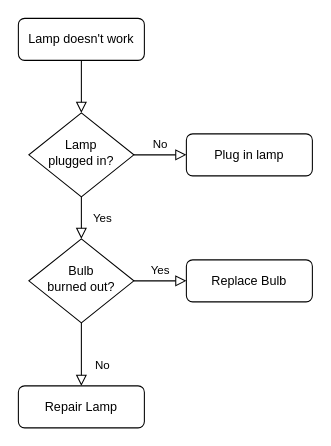
Earlier version of the draw.io diagram Untitled Diagram.drawio (Sunlight77/Second-repository). Source tidied: cells renumbered, new cells numbered last; positions are measured from the earlier drawing's top-left corner, leaving out a move shared by most shapes. Both pictures are drawn from the tidied source at 105%, with x=0, y=0 at pixel (18, 18).
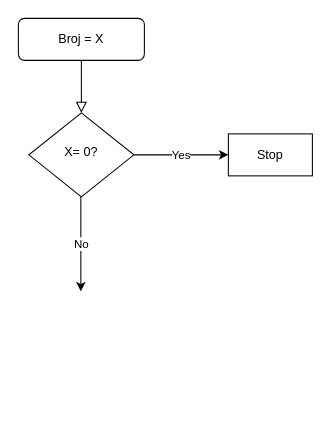
Above is the later version.

The edit, as a diff of the source:
```diff
@@
 <mxGraphModel>
   <root>
     <mxCell id="0" />
     <mxCell id="1" parent="0" />
     <mxCell id="2" style="rounded=0;html=1;jettySize=auto;fontSize=11;endArrow=block;endFill=0;endSize=8;strokeWidth=1;shadow=0;labelBackgroundColor=none;edgeStyle=orthogonalEdgeStyle;" parent="1" edge="1" source="3" target="6">
       <mxGeometry relative="1" as="geometry" />
     </mxCell>
-    <mxCell id="3" value="Lamp doesn't work" style="rounded=1;whiteSpace=wrap;html=1;fontSize=12;glass=0;strokeWidth=1;shadow=0;" parent="1" vertex="1">
+    <mxCell id="3" value="Broj = X" style="rounded=1;whiteSpace=wrap;html=1;fontSize=12;glass=0;strokeWidth=1;shadow=0;" parent="1" vertex="1">
       <mxGeometry width="120" height="40" as="geometry" />
     </mxCell>
-    <mxCell id="4" value="Yes" style="rounded=0;html=1;jettySize=auto;fontSize=11;endArrow=block;endFill=0;endSize=8;strokeWidth=1;shadow=0;labelBackgroundColor=none;edgeStyle=orthogonalEdgeStyle;" parent="1" edge="1" source="6" target="10">
-      <mxGeometry y="20" relative="1" as="geometry" />
-    </mxCell>
-    <mxCell id="5" value="No" style="edgeStyle=orthogonalEdgeStyle;rounded=0;html=1;jettySize=auto;fontSize=11;endArrow=block;endFill=0;endSize=8;strokeWidth=1;shadow=0;labelBackgroundColor=none;" parent="1" edge="1" source="6" target="7">
-      <mxGeometry y="10" relative="1" as="geometry" />
-    </mxCell>
+    <mxCell id="13" value="Yes" style="edgeStyle=orthogonalEdgeStyle;rounded=0;jettySize=auto;html=1;" parent="1" edge="1" source="6">
+      <mxGeometry relative="1" as="geometry">
+        <mxPoint x="200" y="130" as="targetPoint" />
+      </mxGeometry>
+    </mxCell>
-    <mxCell id="6" value="Lamp&lt;br&gt;plugged in?" style="rhombus;whiteSpace=wrap;html=1;shadow=0;fontFamily=Helvetica;fontSize=12;align=center;strokeWidth=1;spacing=6;spacingTop=-4;" parent="1" vertex="1">
+    <mxCell id="6" value="X= 0?" style="rhombus;whiteSpace=wrap;html=1;shadow=0;fontFamily=Helvetica;fontSize=12;align=center;strokeWidth=1;spacing=6;spacingTop=-4;" parent="1" vertex="1">
       <mxGeometry x="10" y="90" width="100" height="80" as="geometry" />
     </mxCell>
-    <mxCell id="7" value="Plug in lamp" style="rounded=1;whiteSpace=wrap;html=1;fontSize=12;glass=0;strokeWidth=1;shadow=0;" parent="1" vertex="1">
-      <mxGeometry x="160" y="110" width="120" height="40" as="geometry" />
-    </mxCell>
-    <mxCell id="8" value="No" style="rounded=0;html=1;jettySize=auto;fontSize=11;endArrow=block;endFill=0;endSize=8;strokeWidth=1;shadow=0;labelBackgroundColor=none;edgeStyle=orthogonalEdgeStyle;" parent="1" edge="1" source="10" target="11">
-      <mxGeometry x="0.33" y="20" relative="1" as="geometry" />
-    </mxCell>
-    <mxCell id="9" value="Yes" style="edgeStyle=orthogonalEdgeStyle;rounded=0;html=1;jettySize=auto;fontSize=11;endArrow=block;endFill=0;endSize=8;strokeWidth=1;shadow=0;labelBackgroundColor=none;" parent="1" edge="1" source="10" target="12">
-      <mxGeometry y="10" relative="1" as="geometry" />
-    </mxCell>
-    <mxCell id="10" value="Bulb&lt;br&gt;burned out?" style="rhombus;whiteSpace=wrap;html=1;shadow=0;fontFamily=Helvetica;fontSize=12;align=center;strokeWidth=1;spacing=6;spacingTop=-4;" parent="1" vertex="1">
-      <mxGeometry x="10" y="210" width="100" height="80" as="geometry" />
-    </mxCell>
-    <mxCell id="11" value="Repair Lamp" style="rounded=1;whiteSpace=wrap;html=1;fontSize=12;glass=0;strokeWidth=1;shadow=0;" parent="1" vertex="1">
-      <mxGeometry y="350" width="120" height="40" as="geometry" />
-    </mxCell>
-    <mxCell id="12" value="Replace Bulb" style="rounded=1;whiteSpace=wrap;html=1;fontSize=12;glass=0;strokeWidth=1;shadow=0;" parent="1" vertex="1">
-      <mxGeometry x="160" y="230" width="120" height="40" as="geometry" />
-    </mxCell>
+    <mxCell id="14" value="No" style="endArrow=classic;html=1;" parent="1" edge="1">
+      <mxGeometry relative="1" as="geometry">
+        <mxPoint x="59.5" y="170" as="sourcePoint" />
+        <mxPoint x="59.5" y="260" as="targetPoint" />
+      </mxGeometry>
+    </mxCell>
+    <mxCell id="15" value="Stop" style="rounded=0;whiteSpace=wrap;html=1;" parent="1" vertex="1">
+      <mxGeometry x="200" y="110" width="80" height="40" as="geometry" />
+    </mxCell>
   </root>
 </mxGraphModel>
```
